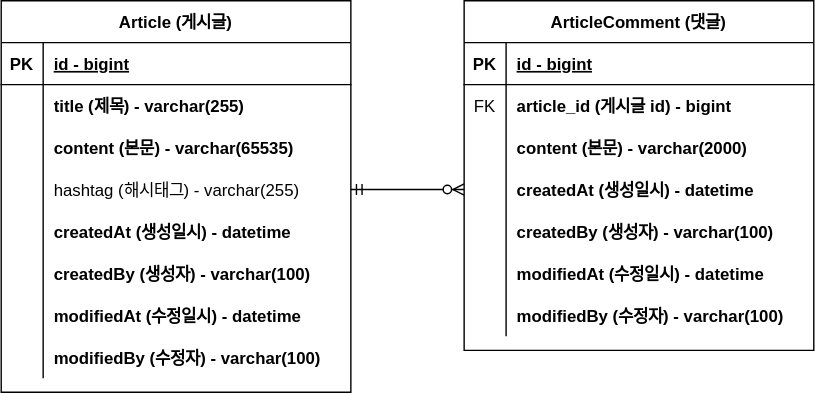
This is document/board-erd.svg from skskdmsdl/springboot-board, a draw.io export, as it was before one commit. Source tidied: cells renumbered, new cells last; positions are measured from the earlier drawing's top-left corner, leaving out a move shared by most shapes.
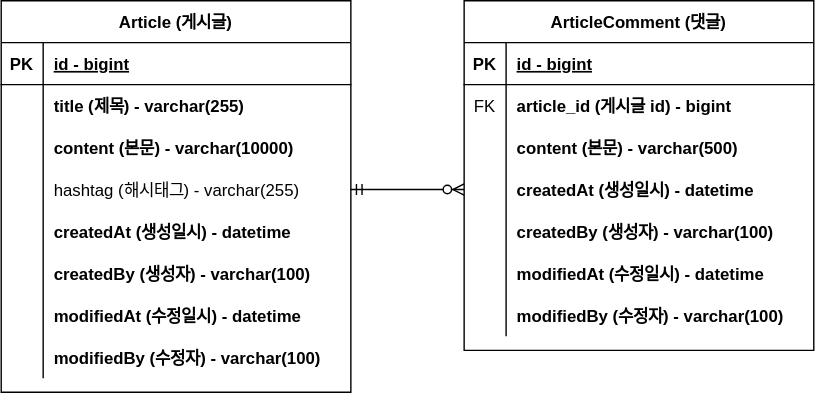
The same file after the commit.

Commit message:
#10 - ERD 업데이트 : content 사이즈 변경

Change to the diagram source:
```diff
@@ -29,7 +29,7 @@
     <mxCell id="10" style="shape=partialRectangle;overflow=hidden;fillColor=none;top=0;left=0;bottom=0;right=0;" parent="9" vertex="1">
       <mxGeometry width="30" height="30" as="geometry" />
     </mxCell>
-    <mxCell id="11" value="content (본문) - varchar(2000)" style="shape=partialRectangle;overflow=hidden;fillColor=none;top=0;left=0;bottom=0;right=0;align=left;spacingLeft=6;fontStyle=1;" parent="9" vertex="1">
+    <mxCell id="11" value="content (본문) - varchar(500)" style="shape=partialRectangle;overflow=hidden;fillColor=none;top=0;left=0;bottom=0;right=0;align=left;spacingLeft=6;fontStyle=1;" parent="9" vertex="1">
       <mxGeometry x="30" width="220" height="30" as="geometry" />
     </mxCell>
     <mxCell id="12" style="shape=partialRectangle;fillColor=none;points=[[0,0.5],[1,0.5]];portConstraint=eastwest;top=0;left=0;right=0;bottom=0;" parent="2" vertex="1">
@@ -95,7 +95,7 @@
     <mxCell id="32" style="shape=partialRectangle;overflow=hidden;fillColor=none;top=0;left=0;bottom=0;right=0;" parent="31" vertex="1">
       <mxGeometry width="30" height="30" as="geometry" />
     </mxCell>
-    <mxCell id="33" value="content (본문) - varchar(65535)" style="shape=partialRectangle;overflow=hidden;fillColor=none;top=0;left=0;bottom=0;right=0;align=left;spacingLeft=6;fontStyle=1;" parent="31" vertex="1">
+    <mxCell id="33" value="content (본문) - varchar(10000)" style="shape=partialRectangle;overflow=hidden;fillColor=none;top=0;left=0;bottom=0;right=0;align=left;spacingLeft=6;fontStyle=1;" parent="31" vertex="1">
       <mxGeometry x="30" width="220" height="30" as="geometry" />
     </mxCell>
     <mxCell id="34" style="shape=partialRectangle;fillColor=none;points=[[0,0.5],[1,0.5]];portConstraint=eastwest;top=0;left=0;right=0;bottom=0;fontStyle=1;" parent="24" vertex="1">
```
